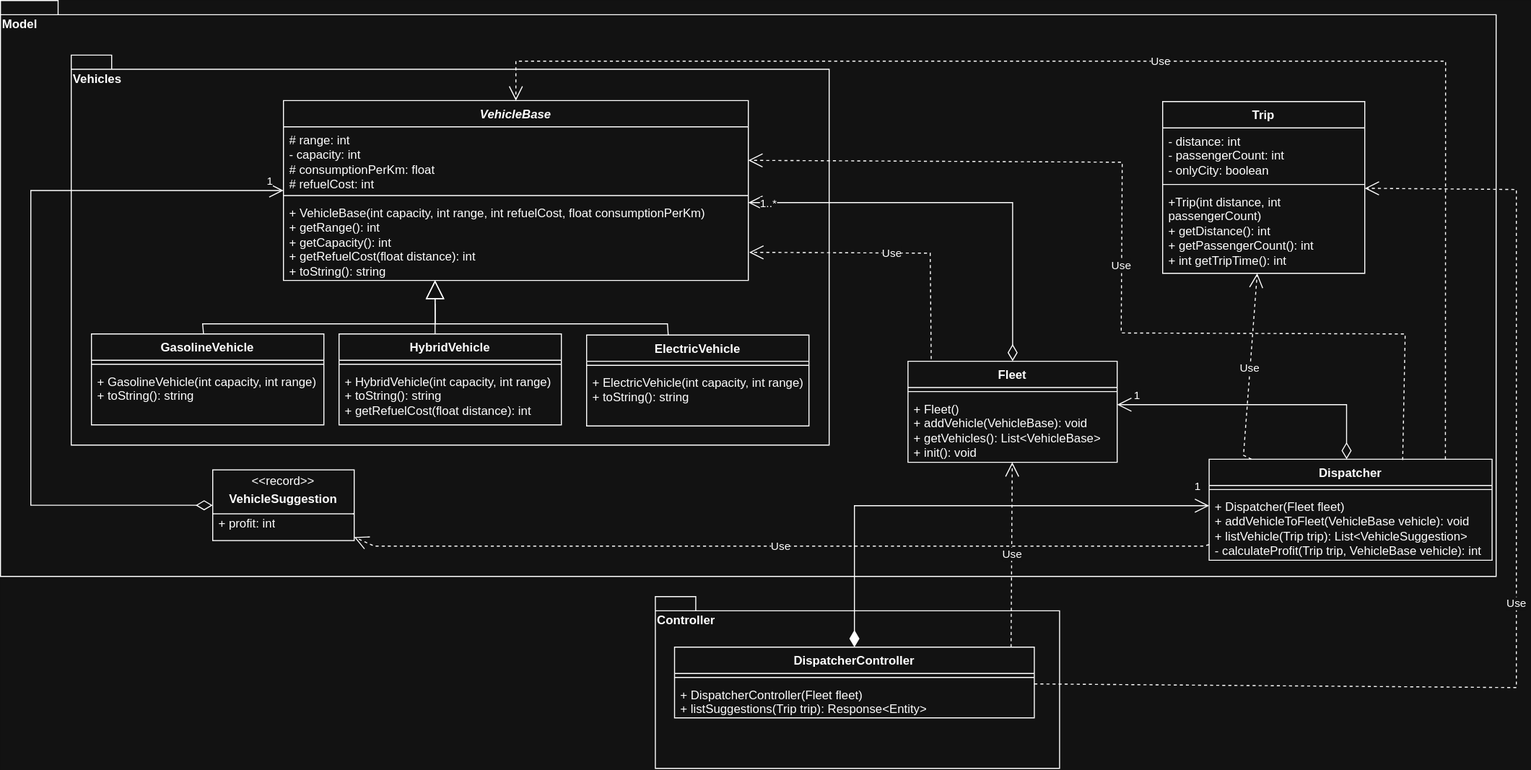
This is ClassDiagram.svg from csnorbi11/SoftDevInternAssignment, a draw.io export, as it was before one commit. Source tidied: cells renumbered, new cells last; positions are measured from the earlier drawing's top-left corner, leaving out a move shared by most shapes.
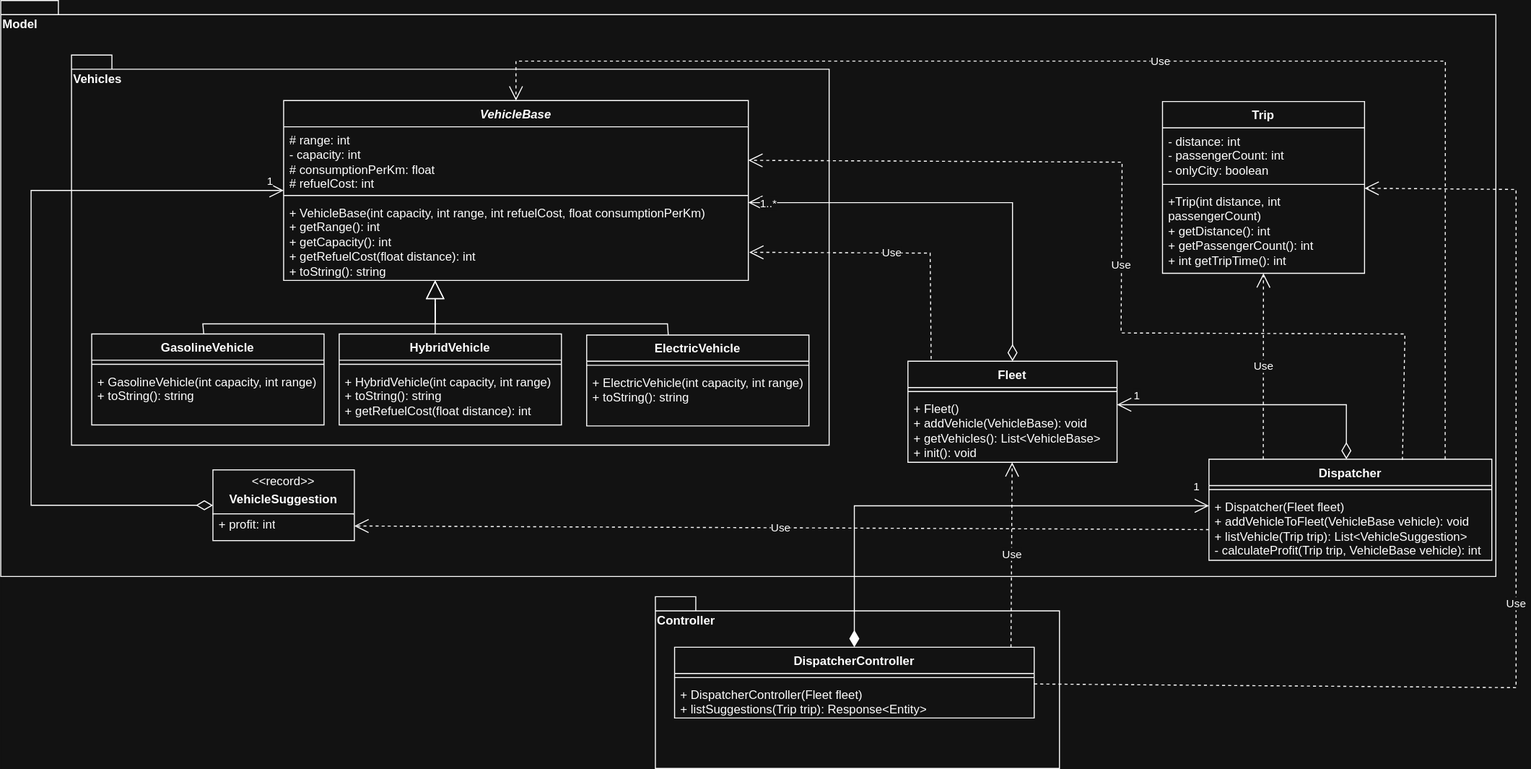
The same file after the commit.

What changed in the source:
```diff
@@ -173,24 +173,18 @@
         <mxPoint x="430" y="300" as="targetPoint" />
       </mxGeometry>
     </mxCell>
-    <mxCell id="44" value="Use" style="endArrow=open;endSize=12;dashed=1;html=1;rounded=0;" parent="1" edge="1" source="12" target="5">
-      <mxGeometry relative="1" as="geometry">
-        <Array as="points">
-          <mxPoint x="1230" y="450" />
-        </Array>
-      </mxGeometry>
+    <mxCell id="44" value="Use" style="endArrow=open;endSize=12;dashed=1;html=1;rounded=0;exitX=0.192;exitY=0;exitDx=0;exitDy=0;exitPerimeter=0;" parent="1" edge="1" source="12" target="5">
+      <mxGeometry relative="1" as="geometry" />
     </mxCell>
     <mxCell id="45" value="Use" style="endArrow=open;endSize=12;dashed=1;html=1;rounded=0;" parent="1" edge="1" target="9">
       <mxGeometry relative="1" as="geometry">
         <mxPoint x="1000" y="640" as="sourcePoint" />
       </mxGeometry>
     </mxCell>
-    <mxCell id="46" value="Use" style="endArrow=open;endSize=12;dashed=1;html=1;rounded=0;" parent="1" edge="1" source="12" target="33">
+    <mxCell id="46" value="Use" style="endArrow=open;endSize=12;dashed=1;html=1;rounded=0;" parent="1" edge="1">
       <mxGeometry relative="1" as="geometry">
-        <Array as="points">
-          <mxPoint x="1190" y="540" />
-          <mxPoint x="370" y="540" />
-        </Array>
+        <mxPoint x="1196" y="523.6" as="sourcePoint" />
+        <mxPoint x="350" y="520" as="targetPoint" />
       </mxGeometry>
     </mxCell>
     <mxCell id="47" value="Use" style="endArrow=open;endSize=12;dashed=1;html=1;rounded=0;exitX=0.835;exitY=0;exitDx=0;exitDy=0;exitPerimeter=0;" parent="1" edge="1" source="12" target="15">
```
